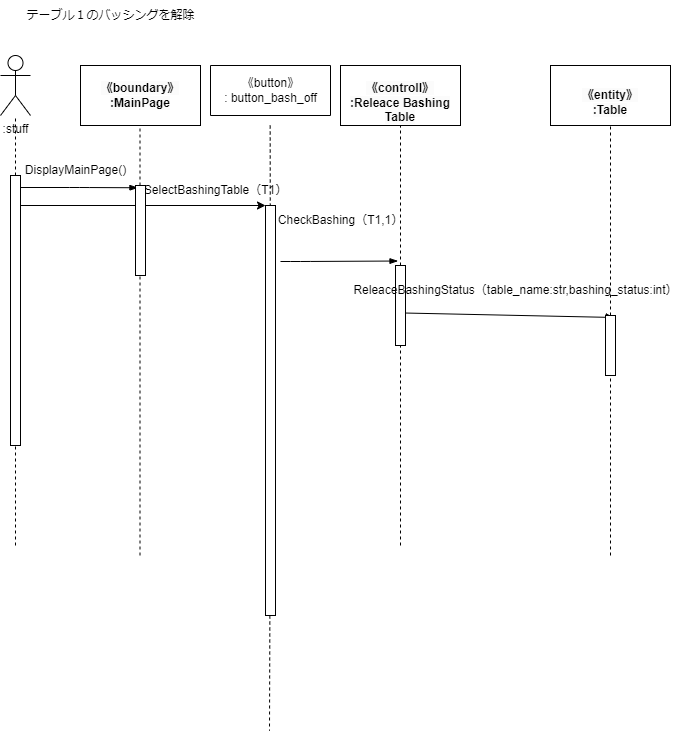
The draw.io diagram psp4/シーケンス図/シーケンス図_バッシング.drawio.png in MasakiHiguchi/---, before a commit. Source tidied: cells renumbered, new cells last; positions are measured from the earlier drawing's top-left corner, leaving out a move shared by most shapes.
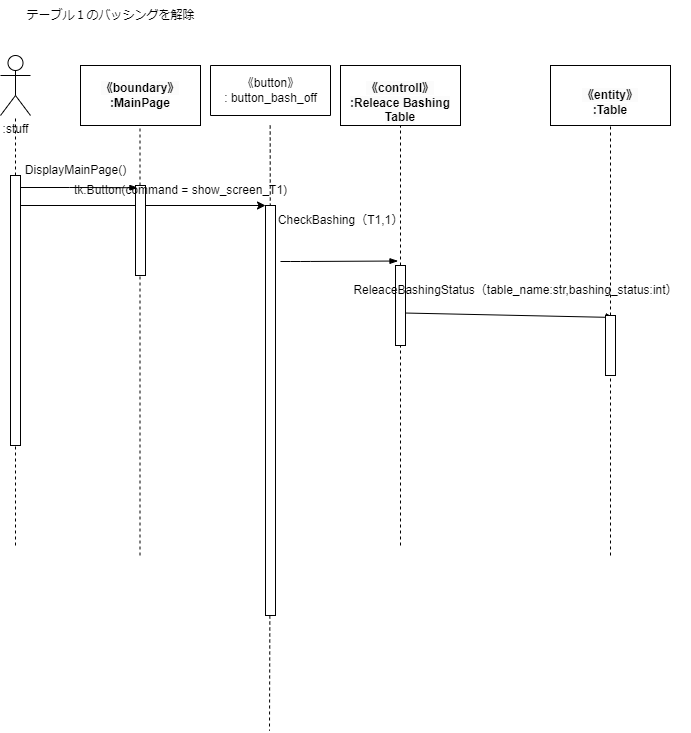
After the commit.

What changed in the source:
```diff
@@ -44,9 +44,6 @@
         <mxPoint x="20" y="187" as="sourcePoint" />
       </mxGeometry>
     </mxCell>
-    <mxCell id="14" value="&lt;span style=&quot;text-align: left;&quot;&gt;SelectBashingTable（T1）&lt;/span&gt;" style="text;html=1;align=center;verticalAlign=middle;strokeColor=none;fillColor=none;" parent="1" vertex="1">
-      <mxGeometry x="130" y="175" width="170" height="30" as="geometry" />
-    </mxCell>
     <mxCell id="15" style="endArrow=none;dashed=1;html=1;" parent="1" edge="1" target="16">
       <mxGeometry relative="1" as="geometry">
         <mxPoint x="139.5" y="555" as="sourcePoint" />
@@ -113,5 +110,8 @@
     <mxCell id="31" value="DisplayMainPage()" style="text;html=1;align=center;verticalAlign=middle;strokeColor=none;fillColor=none;" parent="1" vertex="1">
       <mxGeometry x="15" y="155" width="120" height="30" as="geometry" />
     </mxCell>
+    <mxCell id="32" value="tk.Button(command = show_screen_T1)" style="text;html=1;align=center;verticalAlign=middle;strokeColor=none;fillColor=none;" parent="1" vertex="1">
+      <mxGeometry x="60" y="175" width="240" height="30" as="geometry" />
+    </mxCell>
   </root>
 </mxGraphModel>
```
